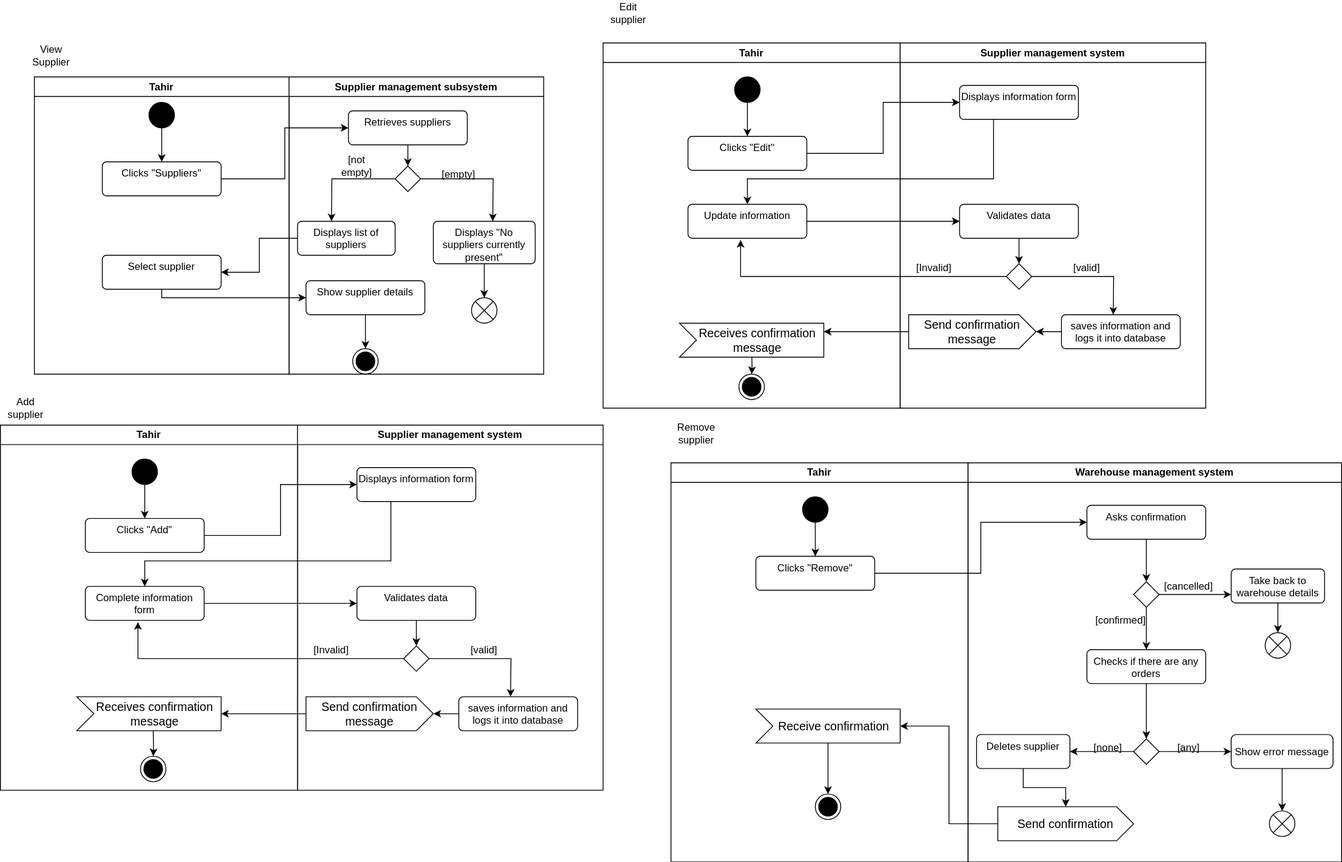
The draw.io diagram supplier_act.svg in Simamkele88/IFM3_GP, before a commit. Source tidied: cells renumbered, new cells last; positions are measured from the earlier drawing's top-left corner, leaving out a move shared by most shapes.
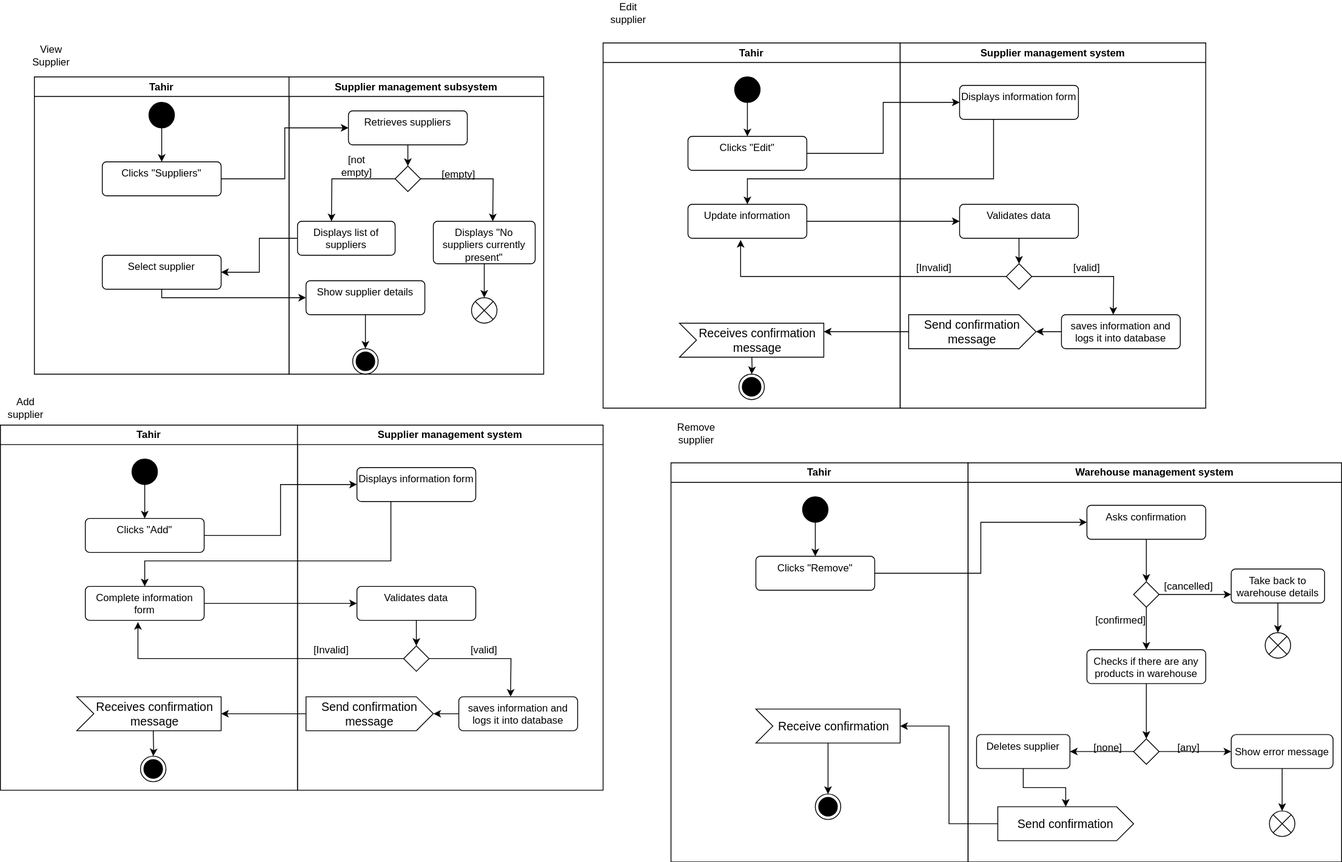
The same diagram one commit later.

Diff of the diagram source:
```diff
@@ -311,7 +311,7 @@
     <mxCell id="93" style="edgeStyle=orthogonalEdgeStyle;rounded=0;jettySize=auto;html=1;" parent="85" edge="1" source="94" target="98">
       <mxGeometry relative="1" as="geometry" />
     </mxCell>
-    <mxCell id="94" value="Checks if there are any orders" style="html=1;align=center;verticalAlign=top;rounded=1;absoluteArcSize=1;arcSize=10;dashed=0;whiteSpace=wrap;" parent="85" vertex="1">
+    <mxCell id="94" value="Checks if there are any products in warehouse" style="html=1;align=center;verticalAlign=top;rounded=1;absoluteArcSize=1;arcSize=10;dashed=0;whiteSpace=wrap;" parent="85" vertex="1">
       <mxGeometry x="140" y="220" width="140" height="40" as="geometry" />
     </mxCell>
     <mxCell id="95" value="[confirmed]" style="text;html=1;align=center;verticalAlign=middle;whiteSpace=wrap;rounded=0;" parent="85" vertex="1">
```
